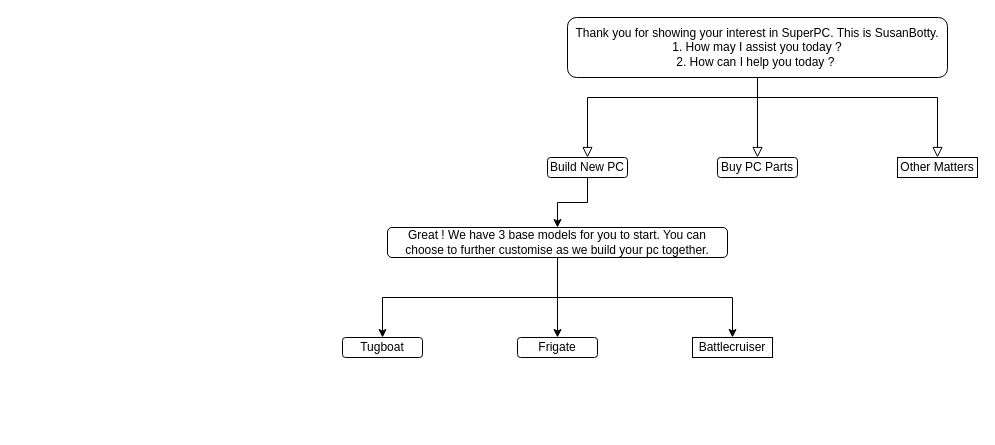
The draw.io diagram 002_Assignments/Untitled Diagram.drawio in vicLim88/Studies_Singapore_Poly, before the edit. Source tidied: cells renumbered, new cells numbered last; positions are measured from the earlier drawing's top-left corner, leaving out a move shared by most shapes. Both pictures are drawn from the tidied source at 100%, with x=0, y=0 at pixel (342, 17).
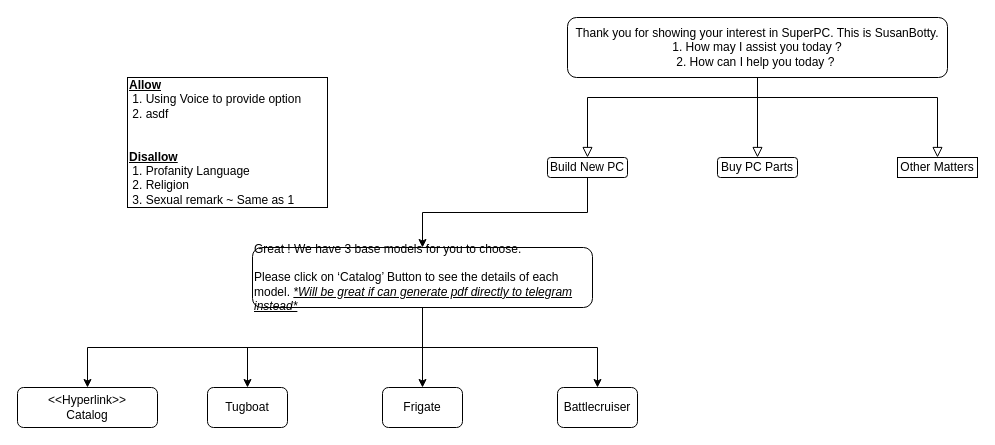
The same page after the edit.

What changed in the source:
```diff
@@
-    <mxCell id="11" value="Great ! We have 3 base models for you to start. You can choose to further customise as we build your pc together." style="rounded=1;whiteSpace=wrap;html=1;fontSize=12;glass=0;strokeWidth=1;shadow=0;" parent="1" vertex="1">
-      <mxGeometry x="45" y="210" width="340" height="30" as="geometry" />
+    <mxCell id="11" value="Great ! We have 3 base models for you to choose.&lt;br&gt;&lt;br&gt;Please click on ‘Catalog’ Button to see the details of each model. &lt;i&gt;&lt;u&gt;*Will be great if can generate pdf directly to telegram instead*&lt;/u&gt;&lt;/i&gt;" style="rounded=1;whiteSpace=wrap;html=1;fontSize=12;glass=0;strokeWidth=1;shadow=0;align=left;" parent="1" vertex="1">
+      <mxGeometry x="-90" y="230" width="340" height="60" as="geometry" />
     </mxCell>
     <mxCell id="12" value="Tugboat" style="rounded=1;whiteSpace=wrap;html=1;fontSize=12;glass=0;strokeWidth=1;shadow=0;" parent="1" vertex="1">
-      <mxGeometry y="320" width="80" height="20" as="geometry" />
+      <mxGeometry x="-135" y="370" width="80" height="40" as="geometry" />
     </mxCell>
     <mxCell id="13" value="Frigate" style="rounded=1;whiteSpace=wrap;html=1;fontSize=12;glass=0;strokeWidth=1;shadow=0;" parent="1" vertex="1">
-      <mxGeometry x="175" y="320" width="80" height="20" as="geometry" />
+      <mxGeometry x="40" y="370" width="80" height="40" as="geometry" />
     </mxCell>
-    <mxCell id="14" value="Battlecruiser" style="rounded=1;whiteSpace=wrap;html=1;fontSize=12;glass=0;strokeWidth=1;shadow=0;arcSize=0;" parent="1" vertex="1">
-      <mxGeometry x="350" y="320" width="80" height="20" as="geometry" />
+    <mxCell id="14" value="Battlecruiser" style="rounded=1;whiteSpace=wrap;html=1;fontSize=12;glass=0;strokeWidth=1;shadow=0;arcSize=15;" parent="1" vertex="1">
+      <mxGeometry x="215" y="370" width="80" height="40" as="geometry" />
     </mxCell>
     <mxCell id="15" style="edgeStyle=orthogonalEdgeStyle;rounded=0;jettySize=auto;html=1;entryX=0.5;entryY=0;entryDx=0;entryDy=0;" parent="1" edge="1" target="13">
       <mxGeometry relative="1" as="geometry">
-        <mxPoint x="215" y="240" as="sourcePoint" />
+        <mxPoint x="80" y="290" as="sourcePoint" />
         <Array as="points">
-          <mxPoint x="215" y="320" />
+          <mxPoint x="80" y="370" />
         </Array>
       </mxGeometry>
     </mxCell>
     <mxCell id="16" style="edgeStyle=orthogonalEdgeStyle;rounded=0;jettySize=auto;html=1;entryX=0.5;entryY=0;entryDx=0;entryDy=0;" parent="1" edge="1" target="14">
       <mxGeometry relative="1" as="geometry">
-        <mxPoint x="215" y="240" as="sourcePoint" />
+        <mxPoint x="80" y="290" as="sourcePoint" />
         <Array as="points">
-          <mxPoint x="215" y="280" />
-          <mxPoint x="390" y="280" />
+          <mxPoint x="80" y="330" />
+          <mxPoint x="255" y="330" />
         </Array>
       </mxGeometry>
     </mxCell>
+    <mxCell id="17" value="&lt;b&gt;&lt;u&gt;Allow&lt;/u&gt;&lt;/b&gt;&lt;br&gt;&amp;nbsp;1. Using Voice to provide option&lt;br&gt;&amp;nbsp;2. asdf&lt;br&gt;&lt;br&gt;&lt;br&gt;&lt;b&gt;&lt;u&gt;Disallow&lt;/u&gt;&lt;/b&gt;&lt;br&gt;&amp;nbsp;1. Profanity Language&lt;br&gt;&amp;nbsp;2. Religion&lt;br&gt;&amp;nbsp;3. Sexual remark ~ Same as 1" style="rounded=0;whiteSpace=wrap;html=1;align=left;" parent="1" vertex="1">
+      <mxGeometry x="-215" y="60" width="200" height="130" as="geometry" />
+    </mxCell>
+    <mxCell id="18" style="edgeStyle=orthogonalEdgeStyle;rounded=0;jettySize=auto;html=1;entryX=0.5;entryY=0;entryDx=0;entryDy=0;exitX=0.5;exitY=1;exitDx=0;exitDy=0;" parent="1" edge="1" source="11" target="19">
+      <mxGeometry relative="1" as="geometry">
+        <Array as="points">
+          <mxPoint x="80" y="330" />
+          <mxPoint x="-255" y="330" />
+        </Array>
+      </mxGeometry>
+    </mxCell>
+    <mxCell id="19" value="&amp;lt;&amp;lt;Hyperlink&amp;gt;&amp;gt;&lt;br&gt;Catalog" style="rounded=1;whiteSpace=wrap;html=1;fontSize=12;glass=0;strokeWidth=1;shadow=0;" parent="1" vertex="1">
+      <mxGeometry x="-325" y="370" width="140" height="40" as="geometry" />
+    </mxCell>
```
